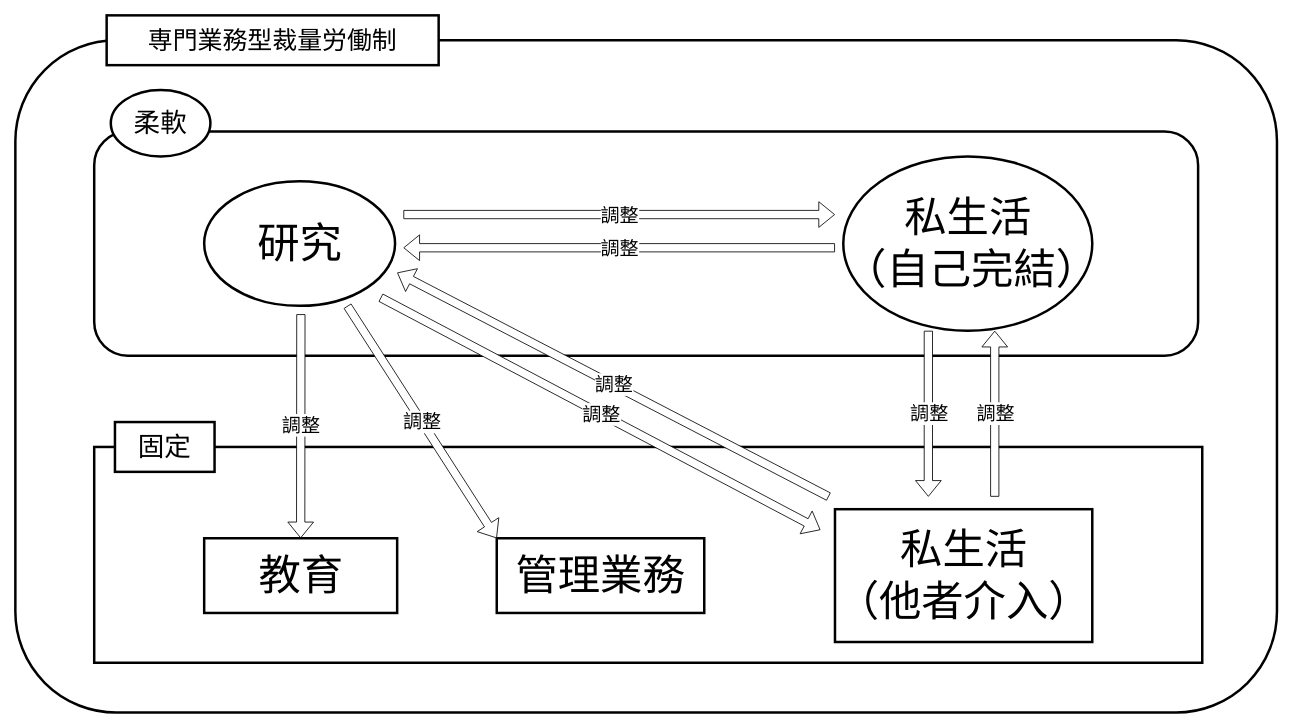
This is Data/専門業務型裁量労働制下の生活構造.drawio from ots-szk/Res_syuron, a draw.io file, before an edit. Source tidied: cells renumbered, new cells numbered last; positions are measured from the earlier drawing's top-left corner, leaving out a move shared by most shapes. Both pictures are drawn from the tidied source at 83%, with x=0, y=0 at pixel (15, 15).
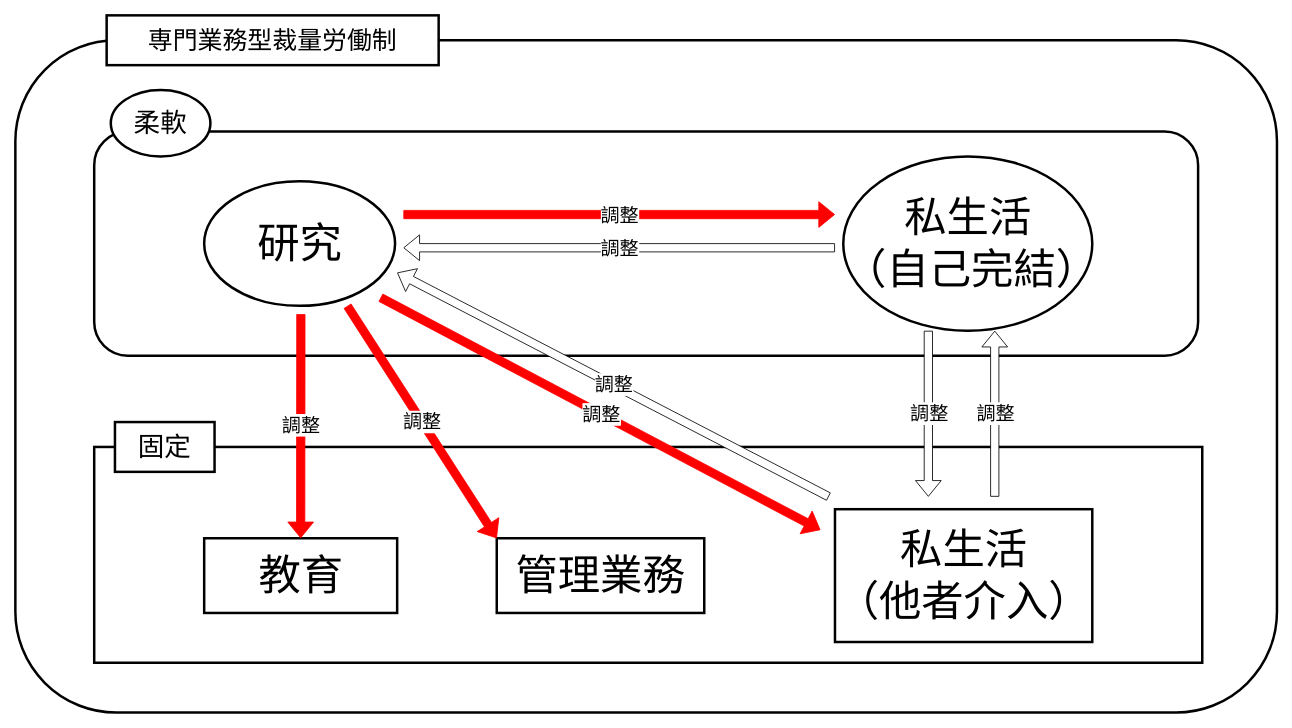
The same diagram, later.

The change refers to these unchanged cells:
```xml
<mxCell id="14" value="&lt;font style=&quot;color: light-dark(rgb(0, 0, 0), rgb(0, 0, 0)); font-size: 51px;&quot;&gt;教育&lt;/font&gt;" style="rounded=0;whiteSpace=wrap;html=1;fillColor=light-dark(#FFFFFF,#FFFFFF);strokeColor=light-dark(#000000,#000000);strokeWidth=3;" parent="1" vertex="1">
  <mxGeometry x="227.5" y="630" width="232.5" height="90" as="geometry" />
</mxCell>
<mxCell id="15" value="&lt;span style=&quot;font-size: 51px;&quot;&gt;&lt;font style=&quot;color: light-dark(rgb(0, 0, 0), rgb(0, 0, 0));&quot;&gt;管理業務&lt;/font&gt;&lt;/span&gt;" style="rounded=0;whiteSpace=wrap;html=1;fillColor=light-dark(#FFFFFF,#FFFFFF);strokeColor=light-dark(#000000,#000000);strokeWidth=3;" parent="1" vertex="1">
  <mxGeometry x="580" y="630" width="250" height="90" as="geometry" />
</mxCell>
```

What changed in the source:
```diff
@@
-    <mxCell id="9" style="shape=flexArrow;endArrow=classic;html=1;exitX=1;exitY=0.5;exitDx=0;exitDy=0;strokeColor=light-dark(#000000,#000000);fillColor=default;" parent="1" edge="1">
+    <mxCell id="9" style="shape=flexArrow;endArrow=classic;html=1;exitX=1;exitY=0.5;exitDx=0;exitDy=0;strokeColor=light-dark(#FF0000,#000000);fillColor=#FF0000;" parent="1" edge="1">
       <mxGeometry relative="1" as="geometry">
         <mxPoint x="467.5" y="240" as="sourcePoint" />
         <mxPoint x="987.5" y="240" as="targetPoint" />
       </mxGeometry>
     </mxCell>
@@
-    <mxCell id="17" style="shape=flexArrow;endArrow=classic;html=1;strokeColor=light-dark(#000000,#FF0000);fillColor=light-dark(#FFFFFF,#FF0000);" parent="1" edge="1">
+    <mxCell id="17" style="shape=flexArrow;endArrow=classic;html=1;strokeColor=light-dark(#FF0000,#FF0000);fillColor=light-dark(#FF0000,#FF0000);" parent="1" edge="1">
       <mxGeometry relative="1" as="geometry">
         <mxPoint x="440" y="340" as="sourcePoint" />
         <mxPoint x="970" y="620" as="targetPoint" />
       </mxGeometry>
     </mxCell>
@@
-    <mxCell id="19" style="shape=flexArrow;endArrow=classic;html=1;strokeColor=light-dark(#000000,#FF0000);fillColor=light-dark(#FFFFFF,#FF0000);entryX=0.5;entryY=0;entryDx=0;entryDy=0;" parent="1" edge="1" target="14">
+    <mxCell id="19" style="shape=flexArrow;endArrow=classic;html=1;strokeColor=light-dark(#FF0000,#FF0000);fillColor=light-dark(#FF0000,#FF0000);entryX=0.5;entryY=0;entryDx=0;entryDy=0;" parent="1" edge="1" target="14">
       <mxGeometry relative="1" as="geometry">
         <mxPoint x="344" y="360" as="sourcePoint" />
       </mxGeometry>
     </mxCell>
@@
-    <mxCell id="21" style="shape=flexArrow;endArrow=classic;html=1;strokeColor=light-dark(#000000,#FF0000);fillColor=light-dark(#FFFFFF,#FF0000);entryX=0;entryY=0;entryDx=0;entryDy=0;" parent="1" edge="1" target="15">
+    <mxCell id="21" style="shape=flexArrow;endArrow=classic;html=1;strokeColor=light-dark(#FF0000,#FF0000);fillColor=light-dark(#FF0000,#FF0000);entryX=0;entryY=0;entryDx=0;entryDy=0;" parent="1" edge="1" target="15">
       <mxGeometry relative="1" as="geometry">
         <mxPoint x="400" y="350" as="sourcePoint" />
       </mxGeometry>
     </mxCell>
```
